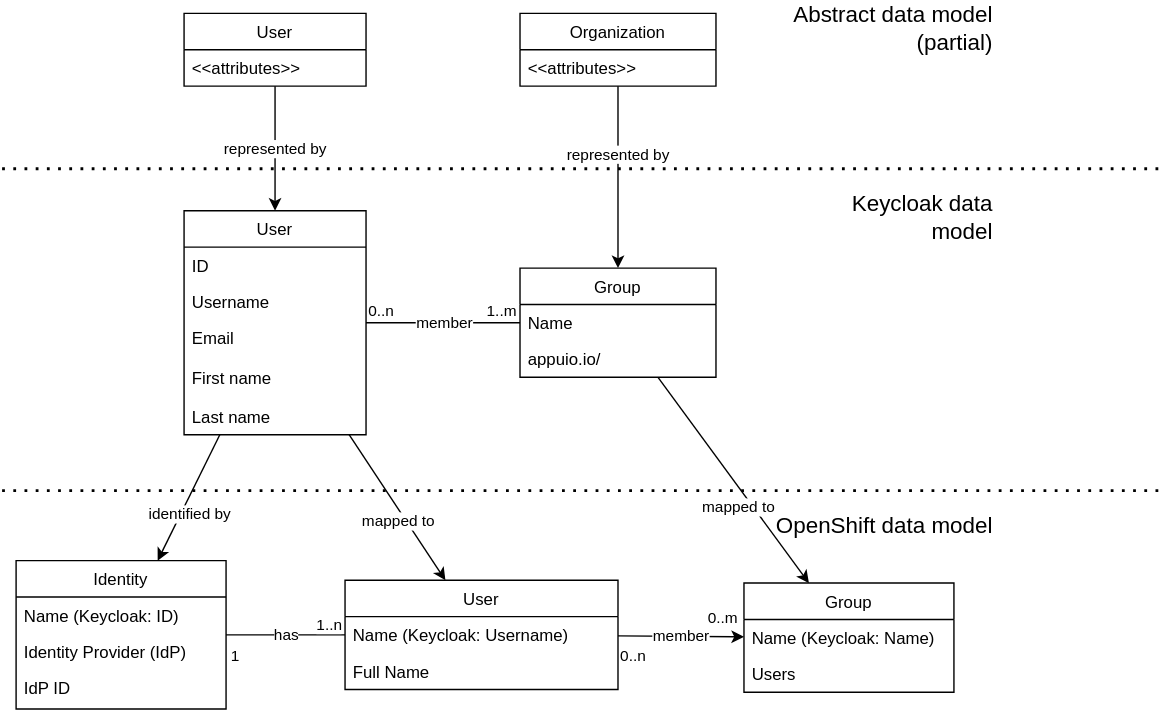
Before: docs/modules/ROOT/assets/images/system/keycloak-model.drawio.svg, a diagram exported from draw.io (appuio/appuio-io-docs). Source tidied: cells renumbered, new cells last; positions are measured from the earlier drawing's top-left corner, leaving out a move shared by most shapes.
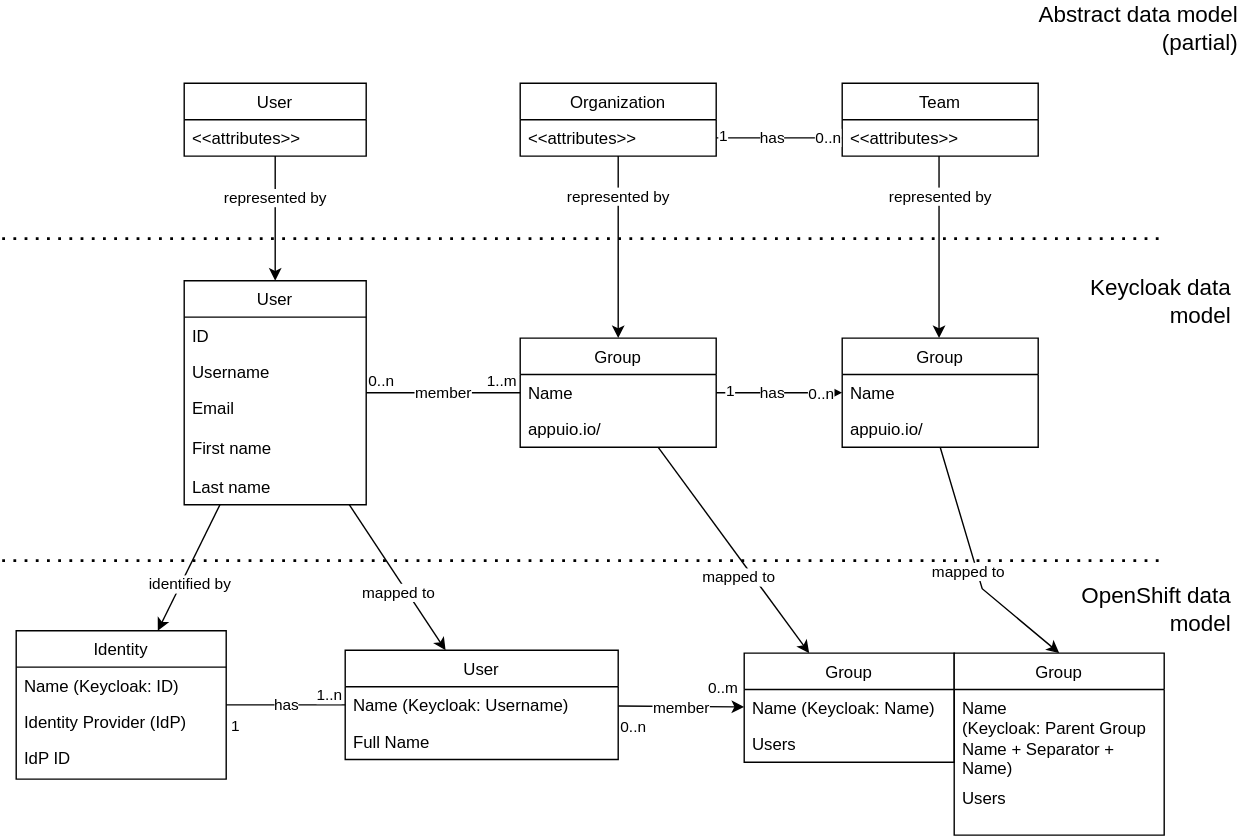
Above is the later version.

Commit message:
Describe teams in data model (#64)

* Describe teams

* Update drawing with teams

* Improve wording

The edit, as a diff of the source:
```diff
@@ -62,23 +62,25 @@
       </mxGeometry>
     </mxCell>
     <mxCell id="20" value="&lt;div align=&quot;right&quot;&gt;&lt;font style=&quot;font-size: 16px&quot;&gt;Abstract data model (partial)&lt;/font&gt;&lt;/div&gt;" style="text;html=1;strokeColor=none;fillColor=none;align=right;verticalAlign=middle;whiteSpace=wrap;rounded=0;" parent="1" vertex="1">
-      <mxGeometry x="550" width="160" height="40" as="geometry" />
+      <mxGeometry x="725" y="-50" width="160" height="40" as="geometry" />
     </mxCell>
     <mxCell id="21" value="&lt;div align=&quot;right&quot;&gt;&lt;font style=&quot;font-size: 16px&quot;&gt;Keycloak data model&lt;/font&gt;&lt;/div&gt;" style="text;html=1;strokeColor=none;fillColor=none;align=right;verticalAlign=middle;whiteSpace=wrap;rounded=0;" parent="1" vertex="1">
-      <mxGeometry x="560" y="140" width="150" height="30" as="geometry" />
+      <mxGeometry x="730" y="150" width="150" height="30" as="geometry" />
     </mxCell>
     <mxCell id="22" style="endArrow=classic;html=1;" parent="1" edge="1" source="2" target="7">
       <mxGeometry relative="1" as="geometry" />
     </mxCell>
     <mxCell id="23" value="represented by" style="edgeLabel;html=1;align=center;verticalAlign=middle;" parent="22" vertex="1">
-      <mxGeometry relative="1" as="geometry" />
+      <mxGeometry relative="1" as="geometry">
+        <mxPoint y="-15" as="offset" />
+      </mxGeometry>
     </mxCell>
     <mxCell id="24" style="endArrow=classic;html=1;" parent="1" edge="1" source="4" target="13">
       <mxGeometry relative="1" as="geometry" />
     </mxCell>
     <mxCell id="25" value="represented by" style="edgeLabel;html=1;align=center;verticalAlign=middle;" parent="24" vertex="1">
       <mxGeometry relative="1" as="geometry">
-        <mxPoint y="-16" as="offset" />
+        <mxPoint y="-36" as="offset" />
       </mxGeometry>
     </mxCell>
     <mxCell id="26" style="endArrow=none;dashed=1;html=1;dashPattern=1 3;strokeWidth=2;" parent="1" edge="1">
@@ -87,9 +89,6 @@
         <mxPoint x="830" y="350" as="targetPoint" />
       </mxGeometry>
     </mxCell>
-    <mxCell id="27" value="&lt;font style=&quot;font-size: 16px&quot;&gt;OpenShift data model&lt;/font&gt;" style="text;html=1;strokeColor=none;fillColor=none;align=right;verticalAlign=middle;whiteSpace=wrap;rounded=0;" parent="1" vertex="1">
-      <mxGeometry x="550" y="360" width="160" height="30" as="geometry" />
-    </mxCell>
     <mxCell id="28" value="User" style="swimlane;fontStyle=0;horizontal=1;startSize=26;" parent="1" vertex="1">
       <mxGeometry x="245" y="414" width="195" height="78" as="geometry" />
     </mxCell>
@@ -176,5 +175,83 @@
         <mxPoint x="3" y="19" as="offset" />
       </mxGeometry>
     </mxCell>
+    <mxCell id="52" value="Team" style="swimlane;fontStyle=0;horizontal=1;startSize=26;" parent="1" vertex="1">
+      <mxGeometry x="600" y="9" width="140" height="52" as="geometry" />
+    </mxCell>
+    <mxCell id="53" value="&lt;&lt;attributes&gt;&gt;" style="text;strokeColor=none;fillColor=none;align=left;verticalAlign=top;spacingLeft=4;spacingRight=4;overflow=hidden;points=[[0,0.5],[1,0.5]];portConstraint=eastwest;" parent="52" vertex="1">
+      <mxGeometry y="26" width="140" height="26" as="geometry" />
+    </mxCell>
+    <mxCell id="54" style="edgeStyle=orthogonalEdgeStyle;rounded=0;jettySize=auto;html=1;exitX=1;exitY=0.5;exitDx=0;exitDy=0;entryX=0;entryY=0.5;entryDx=0;entryDy=0;" parent="1" edge="1" source="5" target="53">
+      <mxGeometry relative="1" as="geometry" />
+    </mxCell>
+    <mxCell id="55" value="has" style="edgeLabel;html=1;align=center;verticalAlign=middle;" parent="54" vertex="1">
+      <mxGeometry x="0.25" relative="1" as="geometry">
+        <mxPoint x="-17" as="offset" />
+      </mxGeometry>
+    </mxCell>
+    <mxCell id="56" value="1" style="edgeLabel;html=1;align=center;verticalAlign=middle;" parent="54" vertex="1">
+      <mxGeometry x="-0.89" y="1" relative="1" as="geometry" />
+    </mxCell>
+    <mxCell id="57" value="0..n" style="edgeLabel;html=1;align=center;verticalAlign=middle;" parent="54" vertex="1">
+      <mxGeometry x="0.76" relative="1" as="geometry" />
+    </mxCell>
+    <mxCell id="58" style="rounded=0;jettySize=auto;html=1;exitX=0.5;exitY=1;exitDx=0;exitDy=0;entryX=0.5;entryY=0;entryDx=0;entryDy=0;" parent="1" edge="1" source="60" target="67">
+      <mxGeometry relative="1" as="geometry">
+        <Array as="points">
+          <mxPoint x="700" y="370" />
+        </Array>
+      </mxGeometry>
+    </mxCell>
+    <mxCell id="59" value="mapped to" style="edgeLabel;html=1;align=center;verticalAlign=middle;" parent="58" vertex="1">
+      <mxGeometry x="-0.51" y="-1" relative="1" as="geometry">
+        <mxPoint x="8" y="47" as="offset" />
+      </mxGeometry>
+    </mxCell>
+    <mxCell id="60" value="Group" style="swimlane;fontStyle=0;horizontal=1;startSize=26;" parent="1" vertex="1">
+      <mxGeometry x="600" y="191" width="140" height="78" as="geometry" />
+    </mxCell>
+    <mxCell id="61" value="Name" style="text;strokeColor=none;fillColor=none;align=left;verticalAlign=top;spacingLeft=4;spacingRight=4;overflow=hidden;points=[[0,0.5],[1,0.5]];portConstraint=eastwest;" parent="60" vertex="1">
+      <mxGeometry y="26" width="140" height="26" as="geometry" />
+    </mxCell>
+    <mxCell id="62" value="appuio.io/" style="text;strokeColor=none;fillColor=none;align=left;verticalAlign=top;spacingLeft=4;spacingRight=4;overflow=hidden;" parent="60" vertex="1">
+      <mxGeometry y="52" width="140" height="26" as="geometry" />
+    </mxCell>
+    <mxCell id="27" value="&lt;div align=&quot;right&quot;&gt;&lt;font style=&quot;font-size: 16px&quot;&gt;OpenShift data model&lt;/font&gt;&lt;/div&gt;" style="text;html=1;strokeColor=none;fillColor=none;align=right;verticalAlign=middle;whiteSpace=wrap;rounded=0;" parent="1" vertex="1">
+      <mxGeometry x="730" y="370" width="150" height="30" as="geometry" />
+    </mxCell>
+    <mxCell id="63" style="edgeStyle=orthogonalEdgeStyle;rounded=0;jettySize=auto;html=1;exitX=1;exitY=0.5;exitDx=0;exitDy=0;entryX=0;entryY=0.5;entryDx=0;entryDy=0;" parent="1" edge="1" source="14" target="61">
+      <mxGeometry relative="1" as="geometry" />
+    </mxCell>
+    <mxCell id="64" value="has" style="edgeLabel;html=1;align=center;verticalAlign=middle;" parent="63" vertex="1">
+      <mxGeometry x="-0.51" y="1" relative="1" as="geometry">
+        <mxPoint x="18" y="1" as="offset" />
+      </mxGeometry>
+    </mxCell>
+    <mxCell id="65" value="1" style="edgeLabel;html=1;align=center;verticalAlign=middle;" parent="63" vertex="1">
+      <mxGeometry x="-0.79" y="1" relative="1" as="geometry" />
+    </mxCell>
+    <mxCell id="66" value="0..n" style="edgeLabel;html=1;align=center;verticalAlign=middle;" parent="63" vertex="1">
+      <mxGeometry x="0.66" y="-1" relative="1" as="geometry" />
+    </mxCell>
+    <mxCell id="67" value="Group" style="swimlane;fontStyle=0;horizontal=1;startSize=26;" parent="1" vertex="1">
+      <mxGeometry x="680" y="416" width="150" height="130" as="geometry" />
+    </mxCell>
+    <mxCell id="68" value="Name&#10;(Keycloak: Parent Group Name + Separator + Name)" style="text;strokeColor=none;fillColor=none;align=left;verticalAlign=top;spacingLeft=4;spacingRight=4;overflow=hidden;whiteSpace=wrap;" parent="67" vertex="1">
+      <mxGeometry y="26" width="150" height="64" as="geometry" />
+    </mxCell>
+    <mxCell id="69" value="Users" style="text;strokeColor=none;fillColor=none;align=left;verticalAlign=top;spacingLeft=4;spacingRight=4;overflow=hidden;" parent="67" vertex="1">
+      <mxGeometry y="90" width="150" height="40" as="geometry" />
+    </mxCell>
+    <mxCell id="70" style="endArrow=classic;html=1;" parent="1" edge="1">
+      <mxGeometry relative="1" as="geometry">
+        <mxPoint x="669.2" y="61" as="sourcePoint" />
+        <mxPoint x="669.2" y="191" as="targetPoint" />
+      </mxGeometry>
+    </mxCell>
+    <mxCell id="71" value="represented by" style="edgeLabel;html=1;align=center;verticalAlign=middle;" parent="70" vertex="1">
+      <mxGeometry relative="1" as="geometry">
+        <mxPoint y="-36" as="offset" />
+      </mxGeometry>
+    </mxCell>
   </root>
 </mxGraphModel>
```
